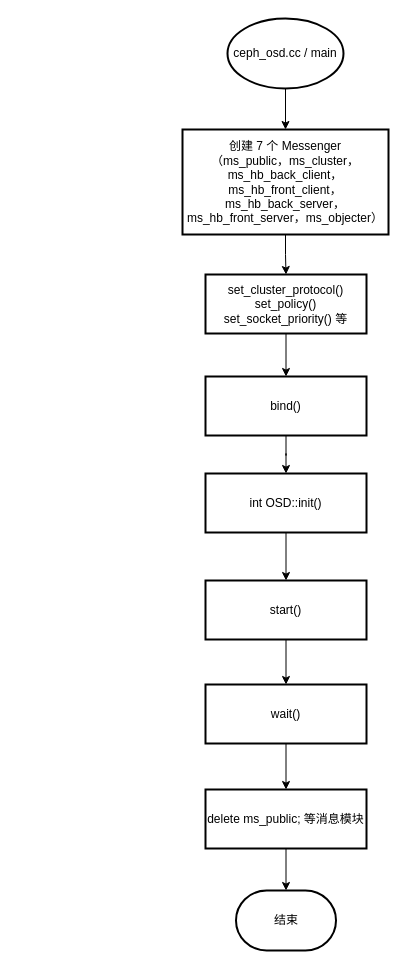
The draw.io diagram OSDMessenger.drawio in 1253757553/drawIO, before the edit. Source tidied: cells renumbered, new cells numbered last; positions are measured from the earlier drawing's top-left corner, leaving out a move shared by most shapes. Both pictures are drawn from the tidied source at 100%, with x=0, y=0 at pixel (182, 18).
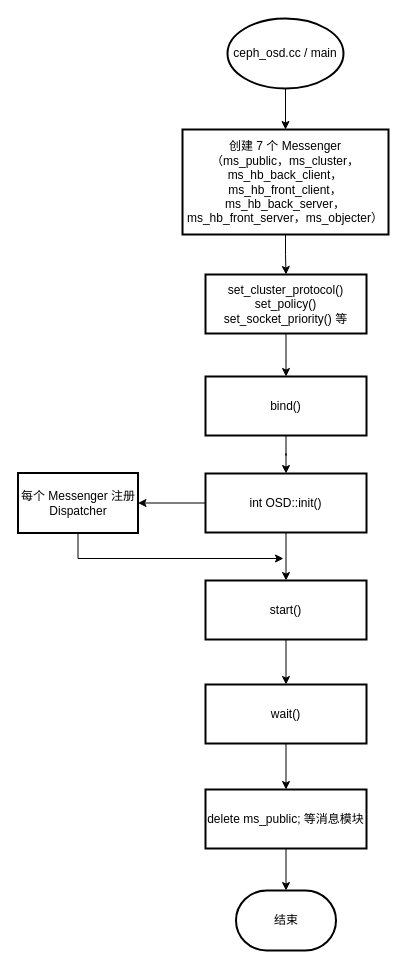
Above is the later version.

Unchanged cells that the change refers to:
```xml
<mxCell id="11" value="int OSD::init()" style="whiteSpace=wrap;html=1;strokeWidth=2;" parent="1" vertex="1">
  <mxGeometry x="23" y="455" width="161" height="59" as="geometry" />
</mxCell>
```

Diff of the diagram source:
```diff
@@
+    <mxCell id="19" style="edgeStyle=orthogonalEdgeStyle;rounded=0;jettySize=auto;html=1;" parent="1" edge="1" source="11" target="21">
+      <mxGeometry relative="1" as="geometry" />
+    </mxCell>
@@
+    <mxCell id="20" style="edgeStyle=orthogonalEdgeStyle;rounded=0;jettySize=auto;html=1;exitX=0.5;exitY=1;exitDx=0;exitDy=0;" parent="1" edge="1" source="21">
+      <mxGeometry relative="1" as="geometry">
+        <mxPoint x="101" y="540" as="targetPoint" />
+        <Array as="points">
+          <mxPoint x="-104" y="540" />
+        </Array>
+      </mxGeometry>
+    </mxCell>
+    <mxCell id="21" value="每个 Messenger 注册 Dispatcher" style="whiteSpace=wrap;html=1;strokeWidth=2;" parent="1" vertex="1">
+      <mxGeometry x="-164.5" y="454.5" width="120" height="60" as="geometry" />
+    </mxCell>
```
